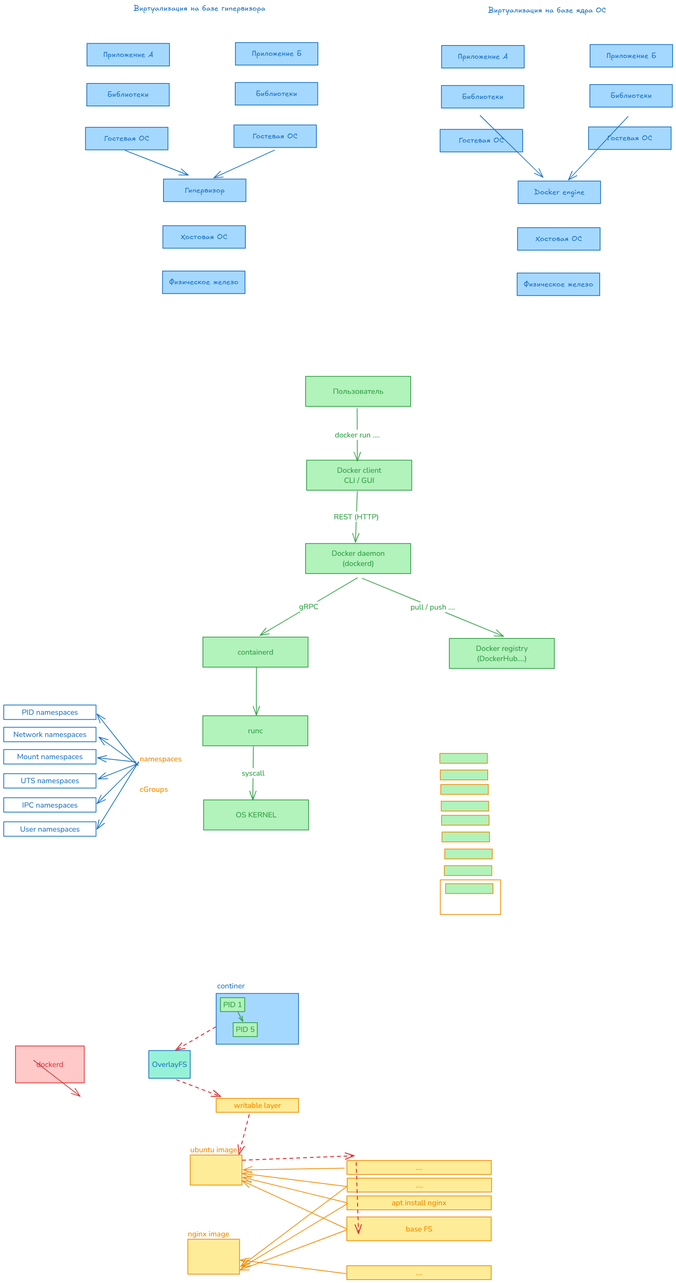
Before: 3.docker/3.1.excalidraw.png, a diagram exported from Excalidraw (silvercodes/p32_docker). Source tidied: one line per element, renumbered; positions are measured from the earlier drawing's top-left corner, leaving out a move shared by most shapes.
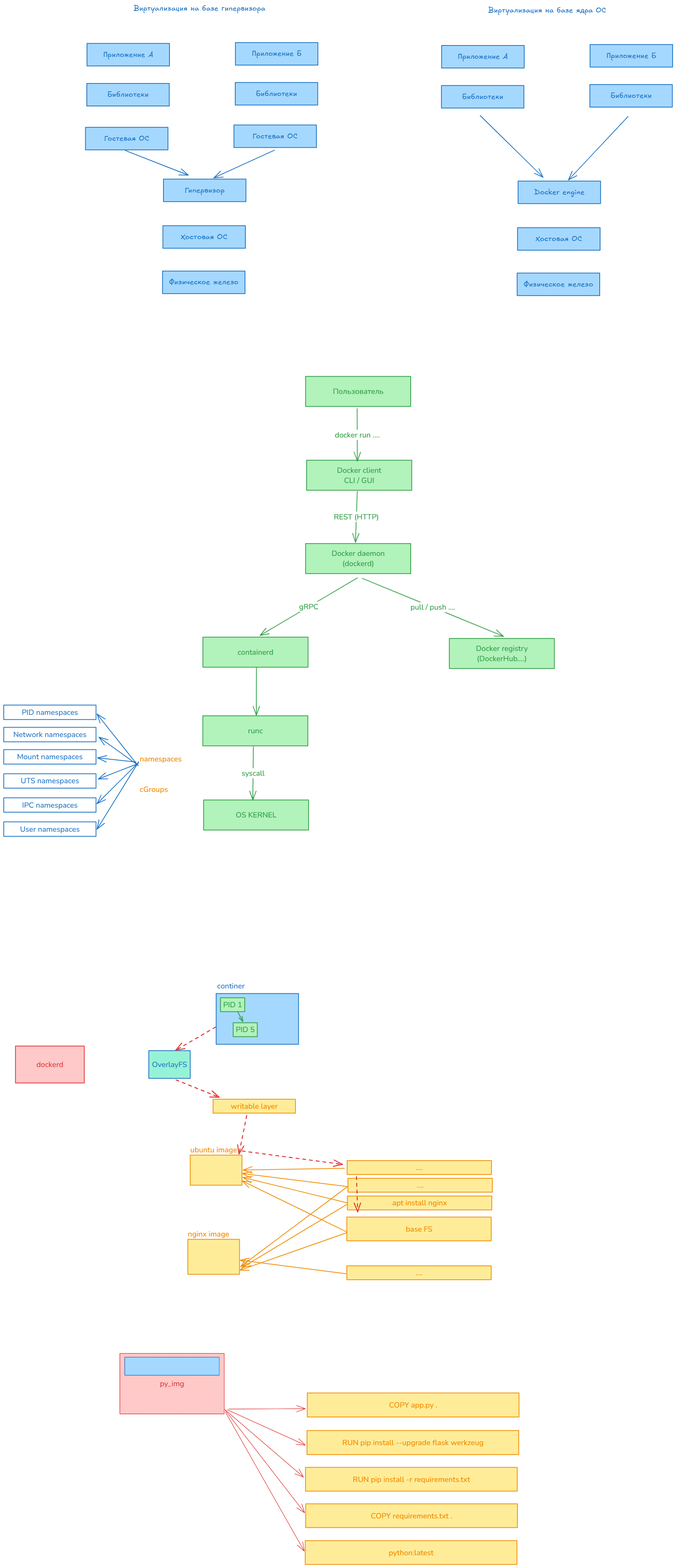
After the commit.

The edit, as a diff of the source:
```diff
@@ -84,39 +84,57 @@
 {"id": 83, "type": "text", "text": "dockerd", "strokeColor": "#e03131", "backgroundColor": "#ffc9c9", "fillStyle": "solid", "strokeWidth": 2, "roughness": 0, "fontSize": 20, "fontFamily": 6, "textAlign": "center", "verticalAlign": "middle", "inside": 82, "x": 87, "y": 2809, "width": 72, "height": 27}
 {"id": 84, "type": "rectangle", "strokeColor": "#f08c00", "backgroundColor": "#ffec99", "fillStyle": "solid", "strokeWidth": 2, "roughness": 0, "x": 496, "y": 3063, "width": 138, "height": 80}
 {"id": 85, "type": "text", "text": "ubuntu image", "strokeColor": "#f08c00", "backgroundColor": "#ffec99", "fillStyle": "solid", "strokeWidth": 2, "roughness": 0, "fontSize": 20, "fontFamily": 6, "x": 496, "y": 3036, "width": 125, "height": 27}
-{"id": 86, "type": "rectangle", "strokeColor": "#f08c00", "backgroundColor": "#ffec99", "fillStyle": "solid", "strokeWidth": 2, "roughness": 0, "x": 913, "y": 3228, "width": 384, "height": 63}
-{"id": 87, "type": "text", "text": "base FS", "strokeColor": "#f08c00", "backgroundColor": "#ffec99", "fillStyle": "solid", "strokeWidth": 2, "roughness": 0, "fontSize": 20, "fontFamily": 6, "textAlign": "center", "verticalAlign": "middle", "inside": 86, "x": 1070, "y": 3246, "width": 71, "height": 27}
+{"id": 122, "type": "rectangle", "strokeColor": "#f08c00", "backgroundColor": "#ffec99", "fillStyle": "solid", "strokeWidth": 2, "roughness": 0, "x": 913, "y": 3228, "width": 384, "height": 63}
+{"id": 123, "type": "text", "text": "base FS", "strokeColor": "#f08c00", "backgroundColor": "#ffec99", "fillStyle": "solid", "strokeWidth": 2, "roughness": 0, "fontSize": 20, "fontFamily": 6, "textAlign": "center", "verticalAlign": "middle", "inside": 122, "x": 1070, "y": 3246, "width": 71, "height": 27}
-{"id": 88, "type": "rectangle", "strokeColor": "#f08c00", "backgroundColor": "#ffec99", "fillStyle": "solid", "strokeWidth": 2, "roughness": 0, "x": 913, "y": 3172, "width": 384, "height": 37}
+{"id": 88, "type": "rectangle", "strokeColor": "#f08c00", "backgroundColor": "#ffec99", "fillStyle": "solid", "strokeWidth": 2, "roughness": 0, "x": 915, "y": 3172, "width": 384, "height": 37}
-{"id": 89, "type": "text", "text": "apt install nginx", "strokeColor": "#f08c00", "backgroundColor": "#ffec99", "fillStyle": "solid", "strokeWidth": 2, "roughness": 0, "fontSize": 20, "fontFamily": 6, "textAlign": "center", "verticalAlign": "middle", "inside": 88, "x": 1033, "y": 3177, "width": 146, "height": 27}
+{"id": 89, "type": "text", "text": "apt install nginx", "strokeColor": "#f08c00", "backgroundColor": "#ffec99", "fillStyle": "solid", "strokeWidth": 2, "roughness": 0, "fontSize": 20, "fontFamily": 6, "textAlign": "center", "verticalAlign": "middle", "inside": 88, "x": 1034, "y": 3177, "width": 146, "height": 27}
-{"id": 90, "type": "rectangle", "strokeColor": "#f08c00", "backgroundColor": "#ffec99", "fillStyle": "solid", "strokeWidth": 2, "roughness": 0, "x": 914, "y": 3125, "width": 384, "height": 37}
+{"id": 90, "type": "rectangle", "strokeColor": "#f08c00", "backgroundColor": "#ffec99", "fillStyle": "solid", "strokeWidth": 2, "roughness": 0, "x": 916, "y": 3125, "width": 384, "height": 37}
-{"id": 91, "type": "text", "text": "....", "strokeColor": "#f08c00", "backgroundColor": "#ffec99", "fillStyle": "solid", "strokeWidth": 2, "roughness": 0, "fontSize": 20, "fontFamily": 6, "textAlign": "center", "verticalAlign": "middle", "inside": 90, "x": 1097, "y": 3130, "width": 19, "height": 27}
+{"id": 91, "type": "text", "text": "....", "strokeColor": "#f08c00", "backgroundColor": "#ffec99", "fillStyle": "solid", "strokeWidth": 2, "roughness": 0, "fontSize": 20, "fontFamily": 6, "textAlign": "center", "verticalAlign": "middle", "inside": 90, "x": 1099, "y": 3130, "width": 19, "height": 27}
-{"id": 92, "type": "rectangle", "strokeColor": "#f08c00", "backgroundColor": "#ffec99", "fillStyle": "solid", "strokeWidth": 2, "roughness": 0, "x": 913, "y": 3078, "width": 384, "height": 37}
+{"id": 92, "type": "rectangle", "strokeColor": "#f08c00", "backgroundColor": "#ffec99", "fillStyle": "solid", "strokeWidth": 2, "roughness": 0, "x": 914, "y": 3078, "width": 384, "height": 37}
-{"id": 93, "type": "text", "text": "....", "strokeColor": "#f08c00", "backgroundColor": "#ffec99", "fillStyle": "solid", "strokeWidth": 2, "roughness": 0, "fontSize": 20, "fontFamily": 6, "textAlign": "center", "verticalAlign": "middle", "inside": 92, "x": 1096, "y": 3083, "width": 19, "height": 27}
+{"id": 93, "type": "text", "text": "....", "strokeColor": "#f08c00", "backgroundColor": "#ffec99", "fillStyle": "solid", "strokeWidth": 2, "roughness": 0, "fontSize": 20, "fontFamily": 6, "textAlign": "center", "verticalAlign": "middle", "inside": 92, "x": 1097, "y": 3083, "width": 19, "height": 27}
-{"id": 94, "type": "arrow", "strokeColor": "#f08c00", "backgroundColor": "#ffec99", "fillStyle": "solid", "strokeWidth": 2, "roughness": 0, "endArrowhead": "arrow", "round": true, "from": 86, "to": 84, "x": 912, "y": 3260, "width": 277, "height": 128, "points": [[0, 0], [-277, -128]]}
+{"id": 94, "type": "arrow", "strokeColor": "#f08c00", "backgroundColor": "#ffec99", "fillStyle": "solid", "strokeWidth": 2, "roughness": 0, "endArrowhead": "arrow", "round": true, "from": 122, "to": 84, "x": 912, "y": 3267, "width": 277, "height": 135, "points": [[0, 0], [-277, -135]]}
-{"id": 95, "type": "arrow", "strokeColor": "#f08c00", "backgroundColor": "#ffec99", "fillStyle": "solid", "strokeWidth": 2, "roughness": 0, "endArrowhead": "arrow", "round": true, "from": 88, "to": 84, "x": 912, "y": 3190, "width": 276, "height": 67, "points": [[0, 0], [-276, -67]]}
+{"id": 95, "type": "arrow", "strokeColor": "#f08c00", "backgroundColor": "#ffec99", "fillStyle": "solid", "strokeWidth": 2, "roughness": 0, "endArrowhead": "arrow", "round": true, "from": 88, "to": 84, "x": 914, "y": 3190, "width": 277, "height": 67, "points": [[0, 0], [-277, -67]]}
-{"id": 96, "type": "arrow", "strokeColor": "#f08c00", "backgroundColor": "#ffec99", "fillStyle": "solid", "strokeWidth": 2, "roughness": 0, "endArrowhead": "arrow", "round": true, "from": 90, "to": 84, "x": 912, "y": 3147, "width": 276, "height": 34, "points": [[0, 0], [-276, -34]]}
+{"id": 96, "type": "arrow", "strokeColor": "#f08c00", "backgroundColor": "#ffec99", "fillStyle": "solid", "strokeWidth": 2, "roughness": 0, "endArrowhead": "arrow", "round": true, "from": 90, "to": 84, "x": 914, "y": 3147, "width": 278, "height": 34, "points": [[0, 0], [-278, -34]]}
-{"id": 97, "type": "arrow", "strokeColor": "#f08c00", "backgroundColor": "#ffec99", "fillStyle": "solid", "strokeWidth": 2, "roughness": 0, "endArrowhead": "arrow", "round": true, "from": 92, "to": 84, "x": 906, "y": 3098, "width": 268, "height": 5, "points": [[0, 0], [-268, 5]]}
+{"id": 97, "type": "arrow", "strokeColor": "#f08c00", "backgroundColor": "#ffec99", "fillStyle": "solid", "strokeWidth": 2, "roughness": 0, "endArrowhead": "arrow", "round": true, "from": 92, "to": 84, "x": 907, "y": 3098, "width": 269, "height": 5, "points": [[0, 0], [-269, 5]]}
 {"id": 98, "type": "rectangle", "strokeColor": "#f08c00", "backgroundColor": "#ffec99", "fillStyle": "solid", "strokeWidth": 2, "roughness": 0, "x": 490, "y": 3288, "width": 138, "height": 93}
 {"id": 99, "type": "text", "text": "nginx image", "strokeColor": "#f08c00", "backgroundColor": "#ffec99", "fillStyle": "solid", "strokeWidth": 2, "roughness": 0, "fontSize": 20, "fontFamily": 6, "x": 490, "y": 3260, "width": 110, "height": 27}
-{"id": 100, "type": "arrow", "strokeColor": "#f08c00", "backgroundColor": "#ffec99", "fillStyle": "solid", "strokeWidth": 2, "roughness": 0, "endArrowhead": "arrow", "round": true, "from": 86, "to": 98, "x": 912, "y": 3263, "width": 284, "height": 107, "points": [[0, 0], [-284, 107]]}
+{"id": 100, "type": "arrow", "strokeColor": "#f08c00", "backgroundColor": "#ffec99", "fillStyle": "solid", "strokeWidth": 2, "roughness": 0, "endArrowhead": "arrow", "round": true, "from": 122, "to": 98, "x": 912, "y": 3270, "width": 283, "height": 99, "points": [[0, 0], [-283, 99]]}
-{"id": 101, "type": "arrow", "strokeColor": "#f08c00", "backgroundColor": "#ffec99", "fillStyle": "solid", "strokeWidth": 2, "roughness": 0, "endArrowhead": "arrow", "round": true, "from": 88, "to": 98, "x": 915, "y": 3193, "width": 281, "height": 170, "points": [[0, 0], [-281, 170]]}
+{"id": 101, "type": "arrow", "strokeColor": "#f08c00", "backgroundColor": "#ffec99", "fillStyle": "solid", "strokeWidth": 2, "roughness": 0, "endArrowhead": "arrow", "round": true, "from": 88, "to": 98, "x": 913, "y": 3195, "width": 279, "height": 168, "points": [[0, 0], [-279, 168]]}
-{"id": 102, "type": "arrow", "strokeColor": "#f08c00", "backgroundColor": "#ffec99", "fillStyle": "solid", "strokeWidth": 2, "roughness": 0, "endArrowhead": "arrow", "round": true, "from": 90, "to": 98, "x": 913, "y": 3148, "width": 282, "height": 212, "points": [[0, 0], [-282, 212]]}
+{"id": 102, "type": "arrow", "strokeColor": "#f08c00", "backgroundColor": "#ffec99", "fillStyle": "solid", "strokeWidth": 2, "roughness": 0, "endArrowhead": "arrow", "round": true, "from": 90, "to": 98, "x": 915, "y": 3147, "width": 284, "height": 212, "points": [[0, 0], [-284, 212]]}
 {"id": 103, "type": "rectangle", "strokeColor": "#f08c00", "backgroundColor": "#ffec99", "fillStyle": "solid", "strokeWidth": 2, "roughness": 0, "x": 913, "y": 3358, "width": 384, "height": 37}
 {"id": 104, "type": "text", "text": "....", "strokeColor": "#f08c00", "backgroundColor": "#ffec99", "fillStyle": "solid", "strokeWidth": 2, "roughness": 0, "fontSize": 20, "fontFamily": 6, "textAlign": "center", "verticalAlign": "middle", "inside": 103, "x": 1096, "y": 3363, "width": 19, "height": 27}
 {"id": 105, "type": "arrow", "strokeColor": "#f08c00", "backgroundColor": "#ffec99", "fillStyle": "solid", "strokeWidth": 2, "roughness": 0, "endArrowhead": "arrow", "round": true, "from": 103, "to": 98, "x": 910, "y": 3379, "width": 281, "height": 36, "points": [[0, 0], [-281, -36]]}
 {"id": 106, "type": "rectangle", "strokeColor": "#1971c2", "backgroundColor": "#a5d8ff", "fillStyle": "solid", "strokeWidth": 2, "roughness": 0, "x": 565, "y": 2634, "width": 219, "height": 135}
 {"id": 107, "type": "text", "text": "continer", "strokeColor": "#1971c2", "backgroundColor": "#a5d8ff", "fillStyle": "solid", "strokeWidth": 2, "roughness": 0, "fontSize": 20, "fontFamily": 6, "x": 568, "y": 2600, "width": 73, "height": 27}
-{"id": 108, "type": "rectangle", "strokeColor": "#f08c00", "backgroundColor": "#ffec99", "fillStyle": "solid", "strokeWidth": 2, "roughness": 0, "x": 565, "y": 2913, "width": 219, "height": 37}
+{"id": 108, "type": "rectangle", "strokeColor": "#f08c00", "backgroundColor": "#ffec99", "fillStyle": "solid", "strokeWidth": 2, "roughness": 0, "x": 557, "y": 2915, "width": 219, "height": 37}
-{"id": 109, "type": "text", "text": "writable layer", "strokeColor": "#f08c00", "backgroundColor": "#ffec99", "fillStyle": "solid", "strokeWidth": 2, "roughness": 0, "fontSize": 20, "fontFamily": 6, "textAlign": "center", "verticalAlign": "middle", "inside": 108, "x": 612, "y": 2918, "width": 125, "height": 27}
+{"id": 109, "type": "text", "text": "writable layer", "strokeColor": "#f08c00", "backgroundColor": "#ffec99", "fillStyle": "solid", "strokeWidth": 2, "roughness": 0, "fontSize": 20, "fontFamily": 6, "textAlign": "center", "verticalAlign": "middle", "inside": 108, "x": 604, "y": 2920, "width": 125, "height": 27}
 {"id": 110, "type": "rectangle", "strokeColor": "#1971c2", "backgroundColor": "#96f2d7", "fillStyle": "solid", "strokeWidth": 2, "roughness": 0, "x": 386, "y": 2786, "width": 110, "height": 74}
 {"id": 111, "type": "text", "text": "OverlayFS", "strokeColor": "#1971c2", "backgroundColor": "#b2f2bb", "fillStyle": "solid", "strokeWidth": 2, "roughness": 0, "fontSize": 20, "fontFamily": 6, "textAlign": "center", "verticalAlign": "middle", "inside": 110, "x": 394, "y": 2809, "width": 93, "height": 27}
-{"id": 112, "type": "arrow", "strokeColor": "#e03131", "backgroundColor": "#b2f2bb", "fillStyle": "solid", "strokeWidth": 2, "strokeStyle": "dashed", "roughness": 0, "endArrowhead": "arrow", "round": true, "from": 108, "to": 85, "x": 653, "y": 2956, "width": 27, "height": 105, "points": [[0, 0], [-27, 105]]}
+{"id": 112, "type": "arrow", "strokeColor": "#e03131", "backgroundColor": "#b2f2bb", "fillStyle": "solid", "strokeWidth": 2, "strokeStyle": "dashed", "roughness": 0, "endArrowhead": "arrow", "round": true, "from": 108, "to": 85, "x": 647, "y": 2958, "width": 21, "height": 102, "points": [[0, 0], [-21, 102]]}
-{"id": 113, "type": "arrow", "strokeColor": "#e03131", "backgroundColor": "#b2f2bb", "fillStyle": "solid", "strokeWidth": 2, "strokeStyle": "dashed", "roughness": 0, "endArrowhead": "arrow", "round": true, "from": 110, "to": 108, "x": 460, "y": 2863, "width": 117, "height": 44, "points": [[0, 0], [117, 44]]}
+{"id": 113, "type": "arrow", "strokeColor": "#e03131", "backgroundColor": "#b2f2bb", "fillStyle": "solid", "strokeWidth": 2, "strokeStyle": "dashed", "roughness": 0, "endArrowhead": "arrow", "round": true, "from": 110, "to": 108, "x": 459, "y": 2863, "width": 115, "height": 46, "points": [[0, 0], [115, 46]]}
 {"id": 114, "type": "arrow", "strokeColor": "#e03131", "backgroundColor": "#b2f2bb", "fillStyle": "solid", "strokeWidth": 2, "strokeStyle": "dashed", "roughness": 0, "endArrowhead": "arrow", "round": true, "from": 106, "to": 110, "x": 564, "y": 2723, "width": 106, "height": 62, "points": [[0, 0], [-106, 62]]}
-{"id": 115, "type": "arrow", "strokeColor": "#e03131", "backgroundColor": "#b2f2bb", "fillStyle": "solid", "strokeWidth": 2, "strokeStyle": "dashed", "roughness": 0, "endArrowhead": "arrow", "round": true, "from": 85, "to": 92, "x": 636, "y": 3077, "width": 297, "height": 12, "points": [[0, 0], [297, -12]]}
+{"id": 115, "type": "arrow", "strokeColor": "#e03131", "backgroundColor": "#b2f2bb", "fillStyle": "solid", "strokeWidth": 2, "strokeStyle": "dashed", "roughness": 0, "endArrowhead": "arrow", "round": true, "from": 85, "to": 92, "x": 635, "y": 3053, "width": 266, "height": 35, "points": [[0, 0], [266, 35]]}
-{"id": 116, "type": "arrow", "strokeColor": "#e03131", "backgroundColor": "#b2f2bb", "fillStyle": "solid", "strokeWidth": 2, "strokeStyle": "dashed", "roughness": 0, "endArrowhead": "arrow", "round": true, "from": 92, "to": 86, "x": 938, "y": 3084, "width": 6, "height": 189, "points": [[0, 0], [6, 189]]}
+{"id": 116, "type": "arrow", "strokeColor": "#e03131", "backgroundColor": "#b2f2bb", "fillStyle": "solid", "strokeWidth": 2, "strokeStyle": "dashed", "roughness": 0, "endArrowhead": "arrow", "round": true, "from": 92, "to": 122, "x": 939, "y": 3121, "width": 3, "height": 94, "points": [[0, 0], [3, 94]]}
 {"id": 117, "type": "rectangle", "strokeColor": "#2f9e44", "backgroundColor": "#b2f2bb", "fillStyle": "solid", "strokeWidth": 2, "roughness": 0, "x": 577, "y": 2645, "width": 64, "height": 37}
 {"id": 118, "type": "text", "text": "PID 1", "strokeColor": "#2f9e44", "backgroundColor": "#b2f2bb", "fillStyle": "solid", "strokeWidth": 2, "roughness": 0, "fontSize": 20, "fontFamily": 6, "textAlign": "center", "verticalAlign": "middle", "inside": 117, "x": 584, "y": 2650, "width": 50, "height": 27}
 {"id": 119, "type": "rectangle", "strokeColor": "#2f9e44", "backgroundColor": "#b2f2bb", "fillStyle": "solid", "strokeWidth": 2, "roughness": 0, "x": 610, "y": 2711, "width": 64, "height": 37}
 {"id": 120, "type": "text", "text": "PID 5", "strokeColor": "#2f9e44", "backgroundColor": "#b2f2bb", "fillStyle": "solid", "strokeWidth": 2, "roughness": 0, "fontSize": 20, "fontFamily": 6, "textAlign": "center", "verticalAlign": "middle", "inside": 119, "x": 618, "y": 2716, "width": 50, "height": 27}
 {"id": 121, "type": "arrow", "strokeColor": "#2f9e44", "backgroundColor": "#b2f2bb", "fillStyle": "solid", "strokeWidth": 2, "roughness": 0, "endArrowhead": "arrow", "round": true, "from": 117, "to": 119, "x": 623, "y": 2683, "width": 13, "height": 25, "points": [[0, 0], [13, 25]]}
+{"id": 124, "type": "rectangle", "strokeColor": "#f08c00", "backgroundColor": "#ffec99", "fillStyle": "solid", "strokeWidth": 2, "roughness": 0, "x": 802, "y": 4089, "width": 563, "height": 63}
+{"id": 125, "type": "text", "text": "python:latest", "strokeColor": "#f08c00", "backgroundColor": "#ffec99", "fillStyle": "solid", "strokeWidth": 2, "roughness": 0, "fontSize": 20, "fontFamily": 6, "textAlign": "center", "verticalAlign": "middle", "inside": 124, "x": 1024, "y": 4107, "width": 119, "height": 27}
+{"id": 126, "type": "rectangle", "strokeColor": "#f08c00", "backgroundColor": "#ffec99", "fillStyle": "solid", "strokeWidth": 2, "roughness": 0, "x": 803, "y": 3991, "width": 563, "height": 63}
+{"id": 127, "type": "text", "text": "COPY requirements.txt .", "strokeColor": "#f08c00", "backgroundColor": "#ffec99", "fillStyle": "solid", "strokeWidth": 2, "roughness": 0, "fontSize": 20, "fontFamily": 6, "textAlign": "center", "verticalAlign": "middle", "inside": 126, "x": 977, "y": 4009, "width": 217, "height": 27}
+{"id": 128, "type": "rectangle", "strokeColor": "#f08c00", "backgroundColor": "#ffec99", "fillStyle": "solid", "strokeWidth": 2, "roughness": 0, "x": 803, "y": 3894, "width": 563, "height": 63}
+{"id": 129, "type": "text", "text": "RUN pip install -r requirements.txt", "strokeColor": "#f08c00", "backgroundColor": "#ffec99", "fillStyle": "solid", "strokeWidth": 2, "roughness": 0, "fontSize": 20, "fontFamily": 6, "textAlign": "center", "verticalAlign": "middle", "inside": 128, "x": 929, "y": 3912, "width": 312, "height": 27}
+{"id": 130, "type": "rectangle", "strokeColor": "#f08c00", "backgroundColor": "#ffec99", "fillStyle": "solid", "strokeWidth": 2, "roughness": 0, "x": 807, "y": 3796, "width": 563, "height": 64}
+{"id": 131, "type": "text", "text": "RUN pip install --upgrade flask werkzeug", "strokeColor": "#f08c00", "backgroundColor": "#ffec99", "fillStyle": "solid", "strokeWidth": 2, "roughness": 0, "fontSize": 20, "fontFamily": 6, "textAlign": "center", "verticalAlign": "middle", "inside": 130, "x": 901, "y": 3815, "width": 376, "height": 27}
+{"id": 86, "type": "rectangle", "strokeColor": "#f08c00", "backgroundColor": "#ffec99", "fillStyle": "solid", "strokeWidth": 2, "roughness": 0, "x": 808, "y": 3696, "width": 563, "height": 64}
+{"id": 87, "type": "text", "text": "COPY app.py .", "strokeColor": "#f08c00", "backgroundColor": "#ffec99", "fillStyle": "solid", "strokeWidth": 2, "roughness": 0, "fontSize": 20, "fontFamily": 6, "textAlign": "center", "verticalAlign": "middle", "inside": 86, "x": 1025, "y": 3715, "width": 129, "height": 27}
+{"id": 132, "type": "rectangle", "strokeColor": "#e03131", "backgroundColor": "#ffc9c9", "fillStyle": "solid", "strokeWidth": 1, "roughness": 0, "x": 309, "y": 3591, "width": 278, "height": 161}
+{"id": 133, "type": "text", "text": "py_img", "strokeColor": "#e03131", "backgroundColor": "#ffc9c9", "fillStyle": "solid", "strokeWidth": 1, "roughness": 0, "fontSize": 20, "fontFamily": 6, "textAlign": "center", "verticalAlign": "middle", "inside": 132, "x": 415, "y": 3658, "width": 65, "height": 27}
+{"id": 134, "type": "arrow", "strokeColor": "#e03131", "backgroundColor": "#ffc9c9", "fillStyle": "solid", "strokeWidth": 1, "roughness": 0, "endArrowhead": "arrow", "round": true, "from": 132, "to": 124, "x": 590, "y": 3747, "width": 210, "height": 370, "points": [[0, 0], [210, 370]]}
+{"id": 135, "type": "arrow", "strokeColor": "#e03131", "backgroundColor": "#ffc9c9", "fillStyle": "solid", "strokeWidth": 1, "roughness": 0, "endArrowhead": "arrow", "round": true, "from": 132, "to": 126, "x": 590, "y": 3743, "width": 211, "height": 272, "points": [[0, 0], [211, 272]]}
+{"id": 136, "type": "arrow", "strokeColor": "#e03131", "backgroundColor": "#ffc9c9", "fillStyle": "solid", "strokeWidth": 1, "roughness": 0, "endArrowhead": "arrow", "round": true, "from": 132, "to": 128, "x": 588, "y": 3740, "width": 210, "height": 180, "points": [[0, 0], [210, 180]]}
+{"id": 137, "type": "arrow", "strokeColor": "#e03131", "backgroundColor": "#ffc9c9", "fillStyle": "solid", "strokeWidth": 1, "roughness": 0, "endArrowhead": "arrow", "round": true, "from": 132, "to": 130, "x": 595, "y": 3741, "width": 208, "height": 94, "points": [[0, 0], [208, 94]]}
+{"id": 138, "type": "arrow", "strokeColor": "#e03131", "backgroundColor": "#ffc9c9", "fillStyle": "solid", "strokeWidth": 1, "roughness": 0, "endArrowhead": "arrow", "round": true, "from": 132, "to": 86, "x": 598, "y": 3739, "width": 205, "height": 1, "points": [[0, 0], [205, -1]]}
+{"id": 139, "type": "rectangle", "strokeColor": "#1971c2", "backgroundColor": "#a5d8ff", "fillStyle": "solid", "strokeWidth": 1, "roughness": 0, "x": 322, "y": 3601, "width": 251, "height": 48}
```
